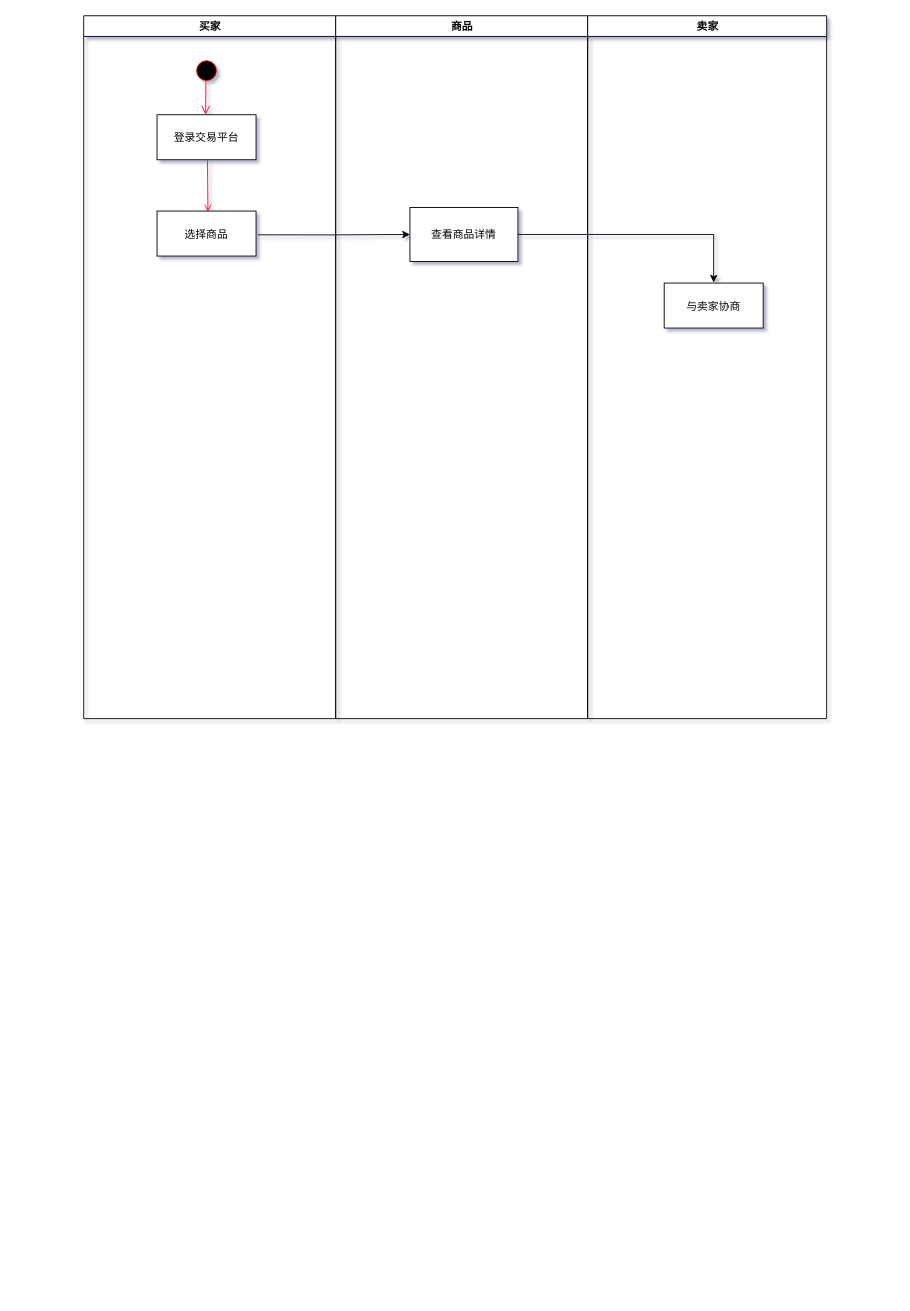
Above: 购买商品业务流程图.drawio in 200928/image (draw.io), before the change. Source tidied: cells renumbered, new cells numbered last; positions are measured from the earlier drawing's top-left corner, leaving out a move shared by most shapes. Both pictures are drawn from the tidied source at 90%, with x=0, y=0 at pixel (83, 15).
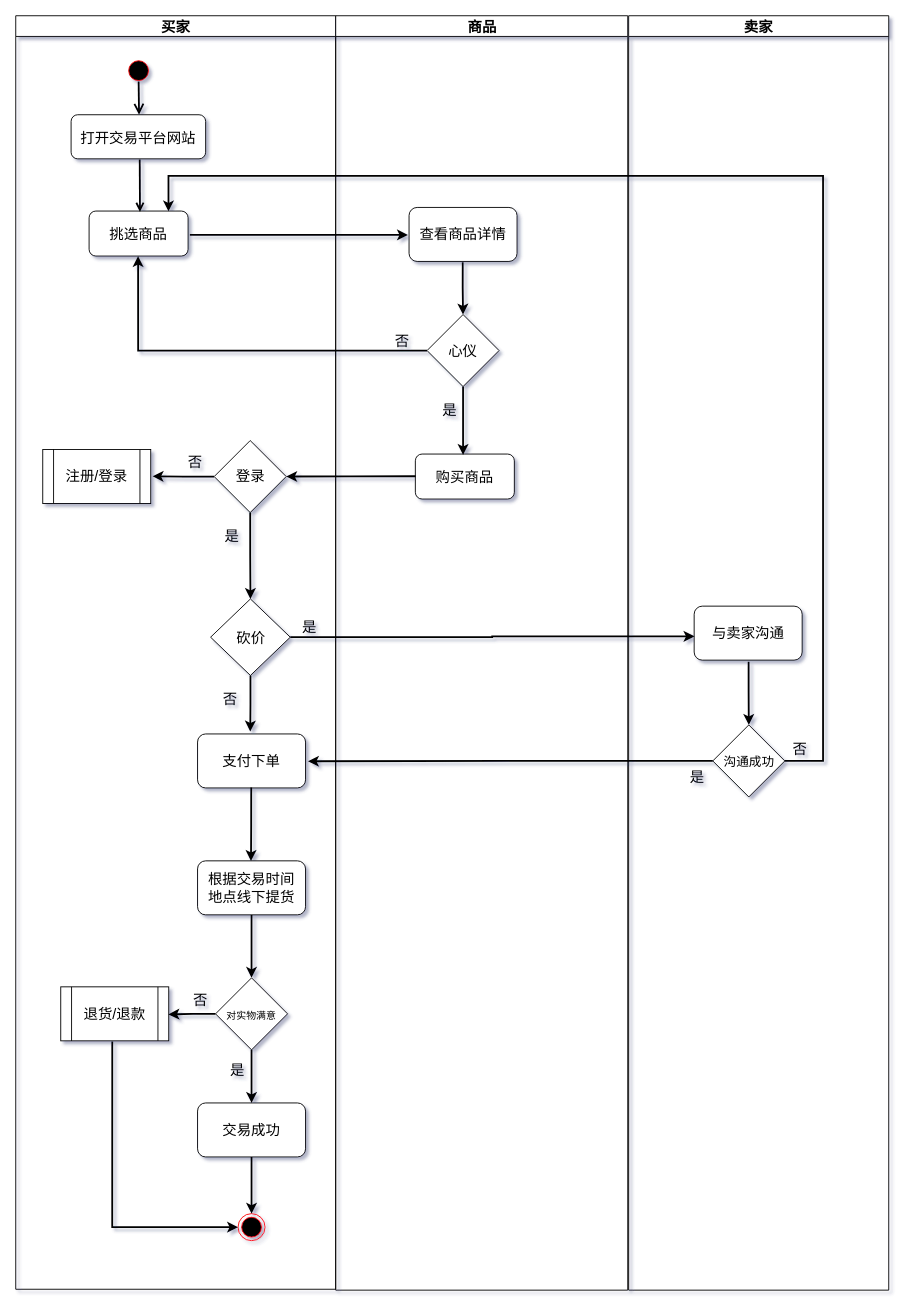
The same page after the edit.

Commit message:
更新购买商品业务流程图.drawio

What changed in the source:
```diff
@@
-    <mxCell id="2" value="买家" style="swimlane;whiteSpace=wrap;startSize=23;" parent="1" vertex="1">
-      <mxGeometry x="0.5" width="280" height="781" as="geometry" />
+    <mxCell id="2" value="买家" style="swimlane;whiteSpace=wrap;startSize=23;fontSize=16;" parent="1" vertex="1">
+      <mxGeometry x="-75" width="355.5" height="1415" as="geometry" />
     </mxCell>
-    <mxCell id="3" style="ellipse;shape=startState;fillColor=#000000;strokeColor=#ff0000;" parent="2" vertex="1">
+    <mxCell id="3" style="ellipse;shape=startState;fillColor=#000000;strokeColor=#ff0000;fontSize=16;" parent="2" vertex="1">
       <mxGeometry x="121.5" y="46" width="30" height="30" as="geometry" />
     </mxCell>
-    <mxCell id="4" style="edgeStyle=elbowEdgeStyle;elbow=horizontal;verticalAlign=bottom;endArrow=open;endSize=8;strokeColor=#FF0000;endFill=1;rounded=0;exitX=0.475;exitY=0.844;exitDx=0;exitDy=0;exitPerimeter=0;" parent="2" edge="1" source="3" target="5">
+    <mxCell id="4" style="edgeStyle=elbowEdgeStyle;elbow=horizontal;verticalAlign=bottom;endArrow=open;endSize=8;strokeColor=#000000;endFill=1;rounded=0;exitX=0.501;exitY=0.903;exitDx=0;exitDy=0;exitPerimeter=0;fontSize=16;strokeWidth=2;" parent="2" edge="1" source="3" target="5">
       <mxGeometry x="121.5" y="40" as="geometry" />
     </mxCell>
-    <mxCell id="5" value="登录交易平台" parent="2" vertex="1">
-      <mxGeometry x="81.5" y="110" width="110" height="50" as="geometry" />
+    <mxCell id="5" value="打开交易平台网站" style="fontSize=16;rounded=1;" parent="2" vertex="1">
+      <mxGeometry x="61.5" y="110" width="149.5" height="49" as="geometry" />
     </mxCell>
-    <mxCell id="6" value="选择商品" parent="2" vertex="1">
+    <mxCell id="6" value="挑选商品" style="fontSize=16;rounded=1;" parent="2" vertex="1">
       <mxGeometry x="81.5" y="217" width="110" height="50" as="geometry" />
     </mxCell>
-    <mxCell id="7" style="endArrow=open;strokeColor=#FF0000;endFill=1;rounded=0;entryX=0.514;entryY=0.02;entryDx=0;entryDy=0;entryPerimeter=0;exitX=0.51;exitY=1.013;exitDx=0;exitDy=0;exitPerimeter=0;" parent="2" edge="1" source="5" target="6">
+    <mxCell id="7" style="endArrow=open;strokeColor=#000000;endFill=1;rounded=0;entryX=0.514;entryY=0.02;entryDx=0;entryDy=0;entryPerimeter=0;exitX=0.51;exitY=1.013;exitDx=0;exitDy=0;exitPerimeter=0;fontSize=16;strokeWidth=2;" parent="2" edge="1" source="5" target="6">
       <mxGeometry relative="1" as="geometry" />
     </mxCell>
+    <mxCell id="14" style="edgeStyle=orthogonalEdgeStyle;rounded=0;jettySize=auto;html=1;entryX=1.017;entryY=0.494;entryDx=0;entryDy=0;entryPerimeter=0;strokeColor=#000000;fontSize=16;strokeWidth=2;" parent="2" edge="1" source="15" target="16">
+      <mxGeometry relative="1" as="geometry" />
+    </mxCell>
+    <mxCell id="15" value="登录" style="rhombus;whiteSpace=wrap;html=1;fontSize=16;" parent="2" vertex="1">
+      <mxGeometry x="220.5" y="472" width="80" height="80" as="geometry" />
+    </mxCell>
+    <mxCell id="16" value="注册/登录" style="shape=process;whiteSpace=wrap;html=1;backgroundOutline=1;gradientColor=none;fontSize=16;" parent="2" vertex="1">
+      <mxGeometry x="30" y="482" width="120" height="60" as="geometry" />
+    </mxCell>
+    <mxCell id="17" value="是" style="text;html=1;align=center;verticalAlign=middle;strokeColor=none;fillColor=none;fontSize=16;" parent="2" vertex="1">
+      <mxGeometry x="227" y="566" width="26" height="23" as="geometry" />
+    </mxCell>
+    <mxCell id="18" value="&lt;font style=&quot;font-size: 16px&quot;&gt;砍价&lt;/font&gt;" style="rhombus;whiteSpace=wrap;html=1;fontSize=16;" parent="2" vertex="1">
+      <mxGeometry x="216.5" y="648" width="88.5" height="85" as="geometry" />
+    </mxCell>
+    <mxCell id="19" style="edgeStyle=orthogonalEdgeStyle;rounded=0;jettySize=auto;html=1;strokeColor=#000000;fontSize=16;exitX=0.5;exitY=1;exitDx=0;exitDy=0;strokeWidth=2;" parent="2" edge="1" source="15" target="18">
+      <mxGeometry relative="1" as="geometry" />
+    </mxCell>
+    <mxCell id="20" value="退货/退款" style="shape=process;whiteSpace=wrap;html=1;backgroundOutline=1;gradientColor=none;fontSize=16;" parent="2" vertex="1">
+      <mxGeometry x="50" y="1079" width="120" height="60" as="geometry" />
+    </mxCell>
+    <mxCell id="21" value="&lt;font style=&quot;font-size: 16px&quot;&gt;否&lt;/font&gt;" style="text;html=1;align=center;verticalAlign=middle;strokeColor=none;fillColor=none;fontSize=11;" parent="2" vertex="1">
+      <mxGeometry x="225" y="749" width="26" height="19" as="geometry" />
+    </mxCell>
+    <mxCell id="22" value="否" style="text;html=1;align=center;verticalAlign=middle;strokeColor=none;fillColor=none;fontSize=16;" parent="2" vertex="1">
+      <mxGeometry x="191.5" y="1082" width="26" height="23" as="geometry" />
+    </mxCell>
-    <mxCell id="8" value="商品" style="swimlane;whiteSpace=wrap;" parent="1" vertex="1">
-      <mxGeometry x="280.5" width="280" height="781" as="geometry" />
+    <mxCell id="8" value="商品" style="swimlane;whiteSpace=wrap;gradientColor=none;swimlaneFillColor=none;fontSize=16;labelBorderColor=none;rounded=0;" parent="1" vertex="1">
+      <mxGeometry x="280.5" width="324.5" height="1416" as="geometry" />
     </mxCell>
-    <mxCell id="9" value="查看商品详情" style="whiteSpace=wrap;html=1;" parent="8" vertex="1">
-      <mxGeometry x="82.5" y="213" width="120" height="60" as="geometry" />
+    <mxCell id="9" value="查看商品详情" style="whiteSpace=wrap;html=1;fontSize=16;rounded=1;" parent="8" vertex="1">
+      <mxGeometry x="81.5" y="213" width="120" height="60" as="geometry" />
     </mxCell>
+    <mxCell id="11" value="购买商品" style="fontSize=16;rounded=1;" parent="8" vertex="1">
+      <mxGeometry x="88.5" y="487" width="110" height="50" as="geometry" />
+    </mxCell>
+    <mxCell id="23" value="支付下单" style="whiteSpace=wrap;html=1;fontSize=16;rounded=1;sketch=0;" parent="8" vertex="1">
+      <mxGeometry x="-153.5" y="798" width="120" height="60" as="geometry" />
+    </mxCell>
+    <mxCell id="24" value="否" style="text;html=1;align=center;verticalAlign=middle;strokeColor=none;fillColor=none;fontSize=16;" parent="8" vertex="1">
+      <mxGeometry x="60.5" y="349" width="26" height="23" as="geometry" />
+    </mxCell>
+    <mxCell id="25" value="是" style="text;html=1;align=center;verticalAlign=middle;strokeColor=none;fillColor=none;fontSize=16;" parent="8" vertex="1">
+      <mxGeometry x="113.5" y="426" width="26" height="23" as="geometry" />
+    </mxCell>
+    <mxCell id="26" value="是" style="text;html=1;align=center;verticalAlign=middle;strokeColor=none;fillColor=none;fontSize=16;" parent="8" vertex="1">
+      <mxGeometry x="-122.5" y="1160" width="26" height="23" as="geometry" />
+    </mxCell>
+    <mxCell id="27" style="ellipse;html=1;shape=endState;fillColor=#000000;strokeColor=#ff0000;fontSize=16;" parent="8" vertex="1">
+      <mxGeometry x="-108.5" y="1331" width="30" height="30" as="geometry" />
+    </mxCell>
-    <mxCell id="10" value="卖家" style="swimlane;whiteSpace=wrap;" parent="1" vertex="1">
-      <mxGeometry x="560.5" width="265.5" height="781" as="geometry" />
+    <mxCell id="10" value="卖家" style="swimlane;whiteSpace=wrap;fontSize=16;" parent="1" vertex="1">
+      <mxGeometry x="606" width="289" height="1416" as="geometry" />
     </mxCell>
-    <mxCell id="11" value="与卖家协商" parent="10" vertex="1">
-      <mxGeometry x="85" y="297" width="110" height="50" as="geometry" />
-    </mxCell>
+    <mxCell id="28" value="&lt;font style=&quot;font-size: 14px&quot;&gt;沟通成功&lt;/font&gt;" style="rhombus;whiteSpace=wrap;html=1;fontSize=16;" parent="10" vertex="1">
+      <mxGeometry x="93.5" y="788" width="80" height="80" as="geometry" />
+    </mxCell>
+    <mxCell id="29" value="与卖家沟通" style="whiteSpace=wrap;html=1;fontSize=16;rounded=1;sketch=0;" parent="10" vertex="1">
+      <mxGeometry x="72.8" y="656" width="120" height="60" as="geometry" />
+    </mxCell>
+    <mxCell id="30" style="edgeStyle=orthogonalEdgeStyle;rounded=0;jettySize=auto;html=1;strokeColor=#000000;exitX=0.504;exitY=1.03;exitDx=0;exitDy=0;exitPerimeter=0;fontSize=16;strokeWidth=2;" parent="10" edge="1" source="29" target="28">
+      <mxGeometry relative="1" as="geometry" />
+    </mxCell>
+    <mxCell id="31" value="否" style="text;html=1;align=center;verticalAlign=middle;strokeColor=none;fillColor=none;fontSize=16;" parent="10" vertex="1">
+      <mxGeometry x="177" y="803" width="26" height="23" as="geometry" />
+    </mxCell>
+    <mxCell id="32" value="是" style="text;html=1;align=center;verticalAlign=middle;strokeColor=none;fillColor=none;fontSize=16;" parent="10" vertex="1">
+      <mxGeometry x="63" y="834" width="26" height="23" as="geometry" />
+    </mxCell>
-    <mxCell id="12" style="edgeStyle=orthogonalEdgeStyle;rounded=0;jettySize=auto;html=1;exitX=1.018;exitY=0.529;exitDx=0;exitDy=0;exitPerimeter=0;" parent="1" edge="1" source="6" target="9">
+    <mxCell id="12" style="edgeStyle=orthogonalEdgeStyle;rounded=0;jettySize=auto;html=1;exitX=1.018;exitY=0.529;exitDx=0;exitDy=0;exitPerimeter=0;strokeColor=#000000;entryX=-0.01;entryY=0.508;entryDx=0;entryDy=0;entryPerimeter=0;fontSize=16;strokeWidth=2;" parent="1" edge="1" source="6" target="9">
       <mxGeometry relative="1" as="geometry" />
     </mxCell>
-    <mxCell id="13" style="edgeStyle=orthogonalEdgeStyle;rounded=0;jettySize=auto;html=1;entryX=0.5;entryY=-0.01;entryDx=0;entryDy=0;entryPerimeter=0;" parent="1" edge="1" source="9" target="11">
-      <mxGeometry relative="1" as="geometry" />
-    </mxCell>
+    <mxCell id="33" style="edgeStyle=orthogonalEdgeStyle;rounded=0;jettySize=auto;html=1;strokeColor=#000000;exitX=0.003;exitY=0.493;exitDx=0;exitDy=0;exitPerimeter=0;fontSize=16;strokeWidth=2;" parent="1" edge="1" source="11" target="15">
+      <mxGeometry relative="1" as="geometry" />
+    </mxCell>
+    <mxCell id="34" value="否" style="text;html=1;align=center;verticalAlign=middle;strokeColor=none;fillColor=none;fontSize=16;" parent="1" vertex="1">
+      <mxGeometry x="110.5" y="484" width="26" height="23" as="geometry" />
+    </mxCell>
+    <mxCell id="35" style="edgeStyle=orthogonalEdgeStyle;rounded=0;jettySize=auto;html=1;entryX=0.495;entryY=1;entryDx=0;entryDy=0;entryPerimeter=0;strokeColor=#000000;fontSize=16;strokeWidth=2;" parent="1" edge="1" source="37" target="6">
+      <mxGeometry relative="1" as="geometry" />
+    </mxCell>
+    <mxCell id="36" style="edgeStyle=orthogonalEdgeStyle;rounded=0;jettySize=auto;html=1;entryX=0.482;entryY=0.02;entryDx=0;entryDy=0;entryPerimeter=0;strokeColor=#000000;fontSize=16;strokeWidth=2;" parent="1" edge="1" source="37" target="11">
+      <mxGeometry relative="1" as="geometry" />
+    </mxCell>
+    <mxCell id="37" value="心仪" style="rhombus;whiteSpace=wrap;html=1;fontSize=16;" parent="1" vertex="1">
+      <mxGeometry x="382" y="332" width="80" height="80" as="geometry" />
+    </mxCell>
+    <mxCell id="38" style="edgeStyle=orthogonalEdgeStyle;rounded=0;jettySize=auto;html=1;strokeColor=#000000;exitX=0.497;exitY=1.016;exitDx=0;exitDy=0;exitPerimeter=0;fontSize=16;strokeWidth=2;" parent="1" edge="1" source="9" target="37">
+      <mxGeometry relative="1" as="geometry" />
+    </mxCell>
+    <mxCell id="39" style="edgeStyle=orthogonalEdgeStyle;rounded=0;jettySize=auto;html=1;entryX=0.003;entryY=0.559;entryDx=0;entryDy=0;entryPerimeter=0;strokeColor=#000000;fontSize=16;strokeWidth=2;" parent="1" edge="1" source="18" target="29">
+      <mxGeometry relative="1" as="geometry" />
+    </mxCell>
+    <mxCell id="40" value="是" style="text;html=1;align=center;verticalAlign=middle;strokeColor=none;fillColor=none;fontSize=16;" parent="1" vertex="1">
+      <mxGeometry x="238" y="667" width="26" height="23" as="geometry" />
+    </mxCell>
+    <mxCell id="41" style="edgeStyle=orthogonalEdgeStyle;rounded=0;jettySize=auto;html=1;entryX=0.802;entryY=0.007;entryDx=0;entryDy=0;entryPerimeter=0;strokeColor=#000000;exitX=1;exitY=0.5;exitDx=0;exitDy=0;fontSize=16;strokeWidth=2;" parent="1" edge="1" source="28" target="6">
+      <mxGeometry relative="1" as="geometry">
+        <Array as="points">
+          <mxPoint x="822" y="828" />
+          <mxPoint x="822" y="178" />
+          <mxPoint x="95" y="178" />
+        </Array>
+      </mxGeometry>
+    </mxCell>
+    <mxCell id="42" style="edgeStyle=orthogonalEdgeStyle;rounded=0;jettySize=auto;html=1;strokeColor=#000000;fontSize=16;strokeWidth=2;" parent="1" edge="1" source="43" target="47">
+      <mxGeometry relative="1" as="geometry" />
+    </mxCell>
+    <mxCell id="43" value="根据交易时间&lt;br&gt;地点线下提货" style="whiteSpace=wrap;html=1;fontSize=16;rounded=1;sketch=0;" parent="1" vertex="1">
+      <mxGeometry x="127" y="939" width="120" height="60" as="geometry" />
+    </mxCell>
+    <mxCell id="44" style="edgeStyle=orthogonalEdgeStyle;rounded=0;jettySize=auto;html=1;strokeColor=#000000;exitX=0.497;exitY=0.99;exitDx=0;exitDy=0;exitPerimeter=0;entryX=0.495;entryY=0.003;entryDx=0;entryDy=0;entryPerimeter=0;fontSize=16;strokeWidth=2;" parent="1" edge="1" source="23" target="43">
+      <mxGeometry relative="1" as="geometry" />
+    </mxCell>
+    <mxCell id="45" style="edgeStyle=orthogonalEdgeStyle;rounded=0;jettySize=auto;html=1;strokeColor=#000000;fontSize=16;strokeWidth=2;" parent="1" edge="1" source="47" target="49">
+      <mxGeometry relative="1" as="geometry" />
+    </mxCell>
+    <mxCell id="46" style="edgeStyle=orthogonalEdgeStyle;rounded=0;jettySize=auto;html=1;entryX=0.997;entryY=0.511;entryDx=0;entryDy=0;entryPerimeter=0;strokeColor=#000000;fontSize=16;strokeWidth=2;" parent="1" edge="1" source="47" target="20">
+      <mxGeometry relative="1" as="geometry" />
+    </mxCell>
+    <mxCell id="47" value="&lt;font style=&quot;font-size: 11px&quot;&gt;对实物满意&lt;/font&gt;" style="rhombus;whiteSpace=wrap;html=1;fontSize=16;" parent="1" vertex="1">
+      <mxGeometry x="147" y="1069" width="80" height="80" as="geometry" />
+    </mxCell>
+    <mxCell id="48" style="edgeStyle=orthogonalEdgeStyle;rounded=0;jettySize=auto;html=1;entryX=0.5;entryY=0;entryDx=0;entryDy=0;strokeColor=#000000;fontSize=16;strokeWidth=2;" parent="1" edge="1" source="49" target="27">
+      <mxGeometry relative="1" as="geometry" />
+    </mxCell>
+    <mxCell id="49" value="交易成功" style="whiteSpace=wrap;html=1;fontSize=16;rounded=1;sketch=0;" parent="1" vertex="1">
+      <mxGeometry x="127" y="1208" width="120" height="60" as="geometry" />
+    </mxCell>
+    <mxCell id="50" style="edgeStyle=orthogonalEdgeStyle;rounded=0;jettySize=auto;html=1;entryX=0.488;entryY=-0.044;entryDx=0;entryDy=0;entryPerimeter=0;fontSize=11;strokeColor=#000000;strokeWidth=2;" parent="1" edge="1" source="18" target="23">
+      <mxGeometry relative="1" as="geometry" />
+    </mxCell>
+    <mxCell id="51" style="edgeStyle=orthogonalEdgeStyle;rounded=0;jettySize=auto;html=1;entryX=0;entryY=0.5;entryDx=0;entryDy=0;fontSize=11;strokeColor=#000000;exitX=0.477;exitY=1.013;exitDx=0;exitDy=0;exitPerimeter=0;strokeWidth=2;" parent="1" edge="1" source="20" target="27">
+      <mxGeometry relative="1" as="geometry">
+        <Array as="points">
+          <mxPoint x="32" y="1346" />
+        </Array>
+      </mxGeometry>
+    </mxCell>
+    <mxCell id="52" style="edgeStyle=orthogonalEdgeStyle;rounded=0;jettySize=auto;html=1;entryX=1.022;entryY=0.506;entryDx=0;entryDy=0;entryPerimeter=0;fontSize=16;strokeColor=#000000;strokeWidth=2;" parent="1" edge="1" source="28" target="23">
+      <mxGeometry relative="1" as="geometry" />
+    </mxCell>
```
